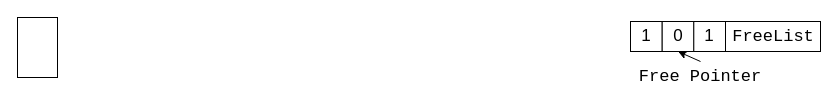
Before: DrawIO/kfence-freelist.drawio in dingiso/TEST_For_Everything, a draw.io diagram. Source tidied: cells renumbered, new cells numbered last; positions are measured from the earlier drawing's top-left corner, leaving out a move shared by most shapes. Both pictures are drawn from the tidied source at 100%, with x=0, y=0 at pixel (17, 17).
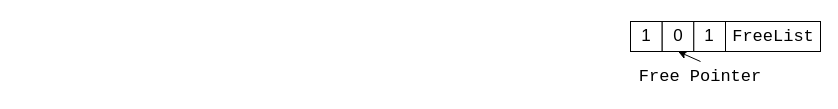
The same page after the edit.

What changed in the source:
```diff
@@
 <mxGraphModel>
   <root>
     <mxCell id="0" />
     <mxCell id="1" parent="0" />
-    <mxCell id="2" style="rounded=0;whiteSpace=wrap;html=1;" parent="1" vertex="1">
-      <mxGeometry width="40" height="60" as="geometry" />
-    </mxCell>
     <mxCell id="3" style="endArrow=classic;html=1;rounded=0;fontSize=17;entryX=0.5;entryY=1;entryDx=0;entryDy=0;exitX=0.5;exitY=0;exitDx=0;exitDy=0;" parent="1" edge="1" source="4" target="9">
       <mxGeometry relative="1" as="geometry" />
     </mxCell>
     <mxCell id="4" value="&lt;font face=&quot;Courier New&quot;&gt;Free Pointer&lt;/font&gt;" style="text;html=1;strokeColor=none;fillColor=none;align=center;verticalAlign=middle;whiteSpace=wrap;rounded=0;fontSize=17;" parent="1" vertex="1">
       <mxGeometry x="613" y="44" width="140" height="30" as="geometry" />
     </mxCell>
     <mxCell id="5" style="group;" parent="1" vertex="1">
       <mxGeometry x="613" y="4" width="190" height="30" as="geometry" />
     </mxCell>
     <mxCell id="6" value="&lt;font style=&quot;font-size: 30px;&quot;&gt;&lt;font style=&quot;font-size: 30px;&quot;&gt;.......&lt;/font&gt;&lt;/font&gt;" style="text;html=1;strokeColor=none;fillColor=none;align=center;verticalAlign=middle;whiteSpace=wrap;rounded=0;" parent="5" vertex="1">
       <mxGeometry x="115.6" y="7.5" width="47.5" height="15" as="geometry" />
     </mxCell>
     <mxCell id="7" style="rounded=0;whiteSpace=wrap;html=1;" parent="5" vertex="1">
       <mxGeometry width="190" height="30" as="geometry" />
     </mxCell>
     <mxCell id="8" value="&lt;font style=&quot;font-size: 13px;&quot;&gt;&lt;font style=&quot;font-size: 14px;&quot;&gt;&lt;font style=&quot;font-size: 15px;&quot;&gt;&lt;font style=&quot;font-size: 16px;&quot;&gt;&lt;font style=&quot;font-size: 17px;&quot;&gt;1&lt;/font&gt;&lt;/font&gt;&lt;/font&gt;&lt;/font&gt;&lt;/font&gt;" style="rounded=0;whiteSpace=wrap;html=1;" parent="5" vertex="1">
       <mxGeometry width="31.7" height="30" as="geometry" />
     </mxCell>
     <mxCell id="9" value="&lt;font style=&quot;font-size: 13px;&quot;&gt;&lt;font style=&quot;font-size: 14px;&quot;&gt;&lt;font style=&quot;font-size: 15px;&quot;&gt;&lt;font style=&quot;font-size: 16px;&quot;&gt;&lt;font style=&quot;font-size: 17px;&quot;&gt;0&lt;/font&gt;&lt;/font&gt;&lt;/font&gt;&lt;/font&gt;&lt;/font&gt;" style="rounded=0;whiteSpace=wrap;html=1;" parent="5" vertex="1">
       <mxGeometry x="31.7" width="31.7" height="30" as="geometry" />
     </mxCell>
     <mxCell id="10" value="&lt;font style=&quot;font-size: 13px;&quot;&gt;&lt;font style=&quot;font-size: 14px;&quot;&gt;&lt;font style=&quot;font-size: 15px;&quot;&gt;&lt;font style=&quot;font-size: 16px;&quot;&gt;&lt;font style=&quot;font-size: 17px;&quot;&gt;1&lt;/font&gt;&lt;/font&gt;&lt;/font&gt;&lt;/font&gt;&lt;/font&gt;" style="rounded=0;whiteSpace=wrap;html=1;" parent="5" vertex="1">
       <mxGeometry x="63.3" width="31.7" height="30" as="geometry" />
     </mxCell>
     <mxCell id="11" value="&lt;font face=&quot;Courier New&quot;&gt;FreeList&lt;/font&gt;" style="text;html=1;strokeColor=none;fillColor=none;align=center;verticalAlign=middle;whiteSpace=wrap;rounded=0;fontSize=17;" parent="5" vertex="1">
       <mxGeometry x="113.3" width="60" height="30" as="geometry" />
     </mxCell>
   </root>
 </mxGraphModel>
```
